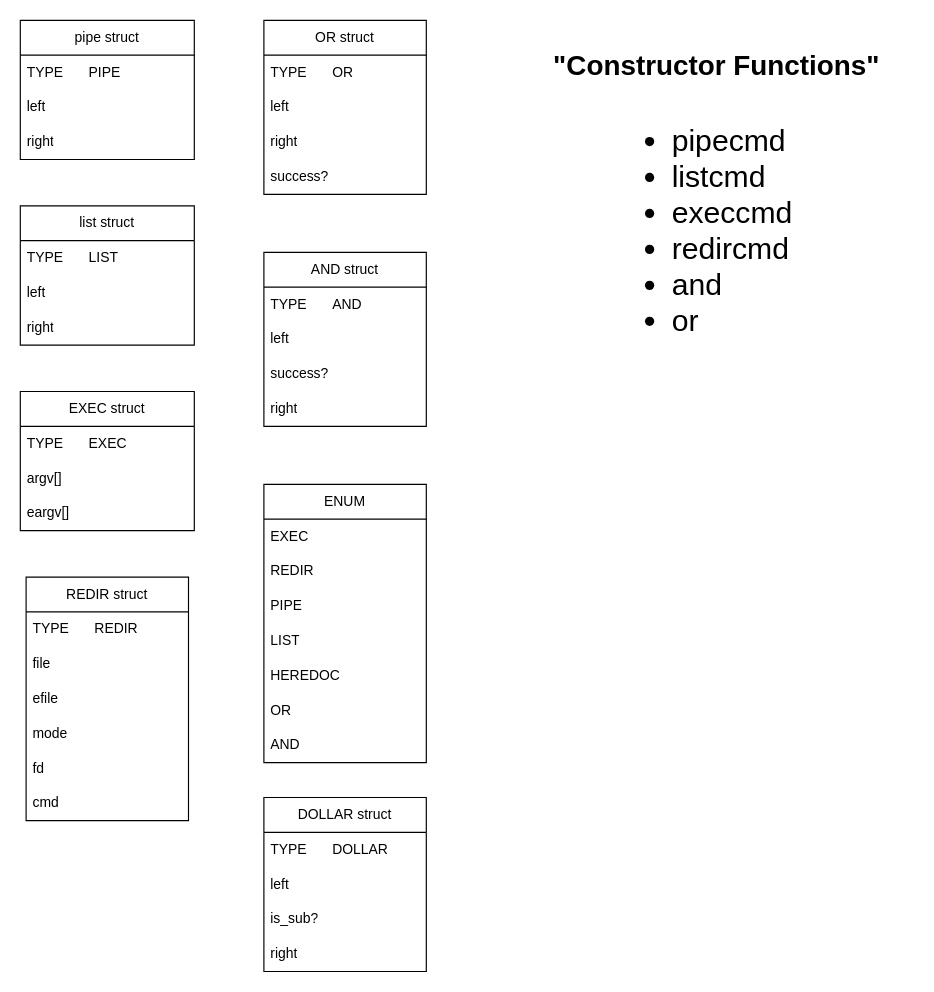
Above: page "pipe struct" (5 of 10) of minishell.drawio in 0bvim/minishell (draw.io), before the change. Source tidied: cells renumbered, new cells numbered last; positions are measured from the earlier drawing's top-left corner, leaving out a move shared by most shapes. Both pictures are drawn from the tidied source at 116%, with x=0, y=0 at pixel (20, 20).
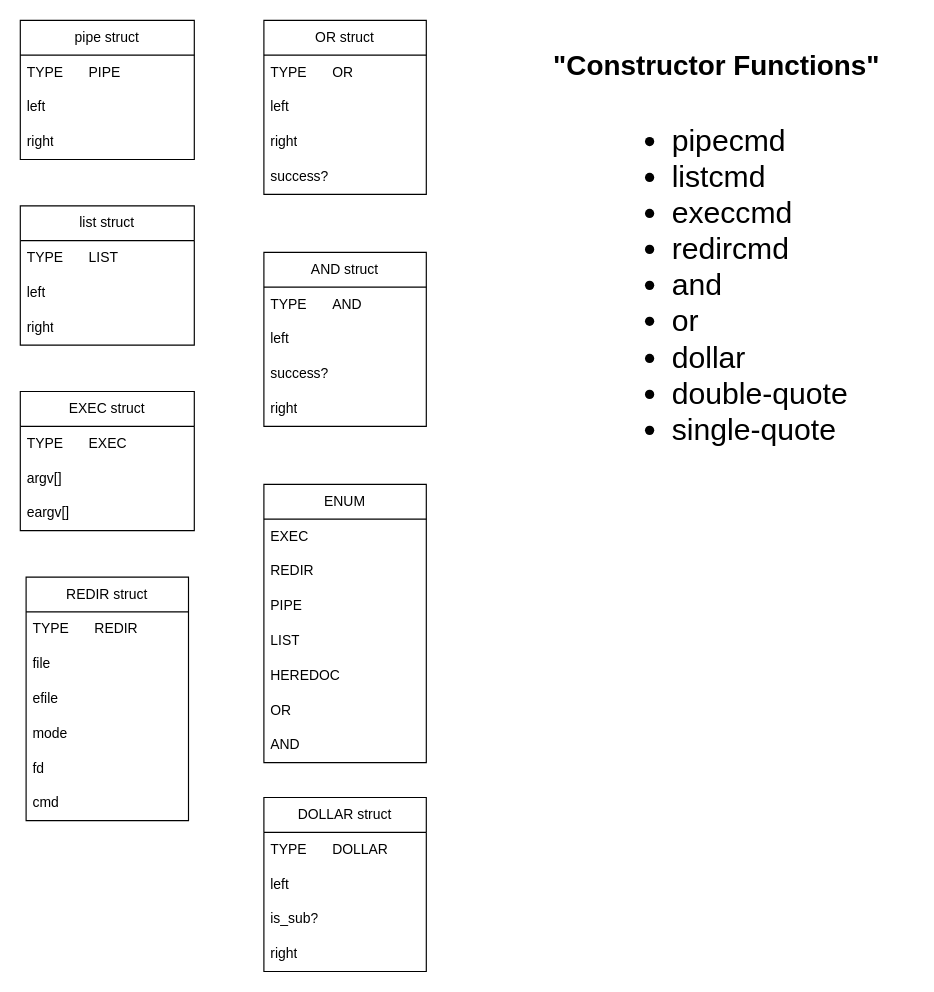
After the change.

The edit, as a diff of the source:
```diff
@@
-    <mxCell id="39" value="&lt;ul style=&quot;font-size: 26px;&quot;&gt;&lt;li&gt;pipecmd&lt;/li&gt;&lt;li&gt;listcmd&lt;/li&gt;&lt;li&gt;execcmd&lt;/li&gt;&lt;li&gt;redircmd&lt;/li&gt;&lt;li&gt;and&lt;/li&gt;&lt;li&gt;or&lt;/li&gt;&lt;/ul&gt;" style="text;strokeColor=none;fillColor=none;html=1;whiteSpace=wrap;verticalAlign=middle;overflow=hidden;" parent="1" vertex="1">
-      <mxGeometry x="520" y="60" width="160" height="220" as="geometry" />
+    <mxCell id="39" value="&lt;ul style=&quot;font-size: 26px;&quot;&gt;&lt;li&gt;pipecmd&lt;/li&gt;&lt;li&gt;listcmd&lt;/li&gt;&lt;li&gt;execcmd&lt;/li&gt;&lt;li&gt;redircmd&lt;/li&gt;&lt;li&gt;and&lt;/li&gt;&lt;li&gt;or&lt;/li&gt;&lt;li&gt;dollar&lt;/li&gt;&lt;li&gt;double-quote&lt;/li&gt;&lt;li&gt;single-quote&lt;/li&gt;&lt;/ul&gt;" style="text;strokeColor=none;fillColor=none;html=1;whiteSpace=wrap;verticalAlign=middle;overflow=hidden;" parent="1" vertex="1">
+      <mxGeometry x="520" y="60" width="250" height="330" as="geometry" />
     </mxCell>
```
